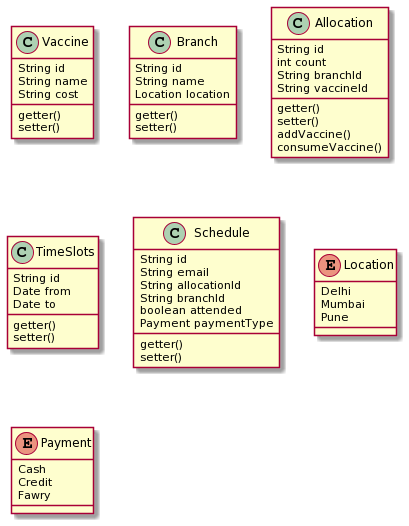
Earlier version of the PlantUML export class_diagram.png (ankitech/vaccnow).
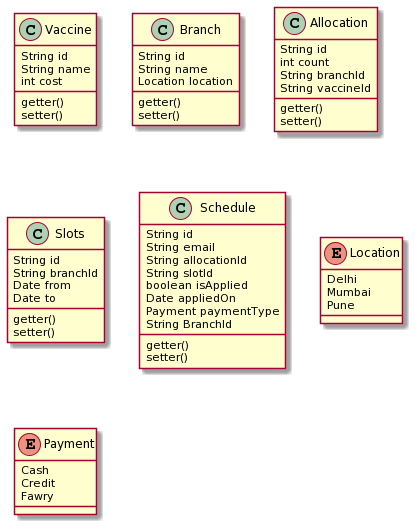
Above is the later version.

Diff of the diagram source:
```diff
@@ -2,7 +2,7 @@
 class Vaccine {
 String id
 String name
-String cost
+int cost
 getter()
 setter()
 }
@@ -22,12 +22,11 @@
 String vaccineId
 getter()
 setter()
-addVaccine()
-consumeVaccine()
 }
 
-class TimeSlots{
+class Slots{
 String id
+String branchId
 Date from
 Date to
 getter()
@@ -38,9 +37,11 @@
 String id
 String email
 String allocationId
-String branchId
-boolean attended
+String slotId
+boolean isApplied
+Date appliedOn
 Payment paymentType
+String BranchId
 getter()
 setter()
 }
```
